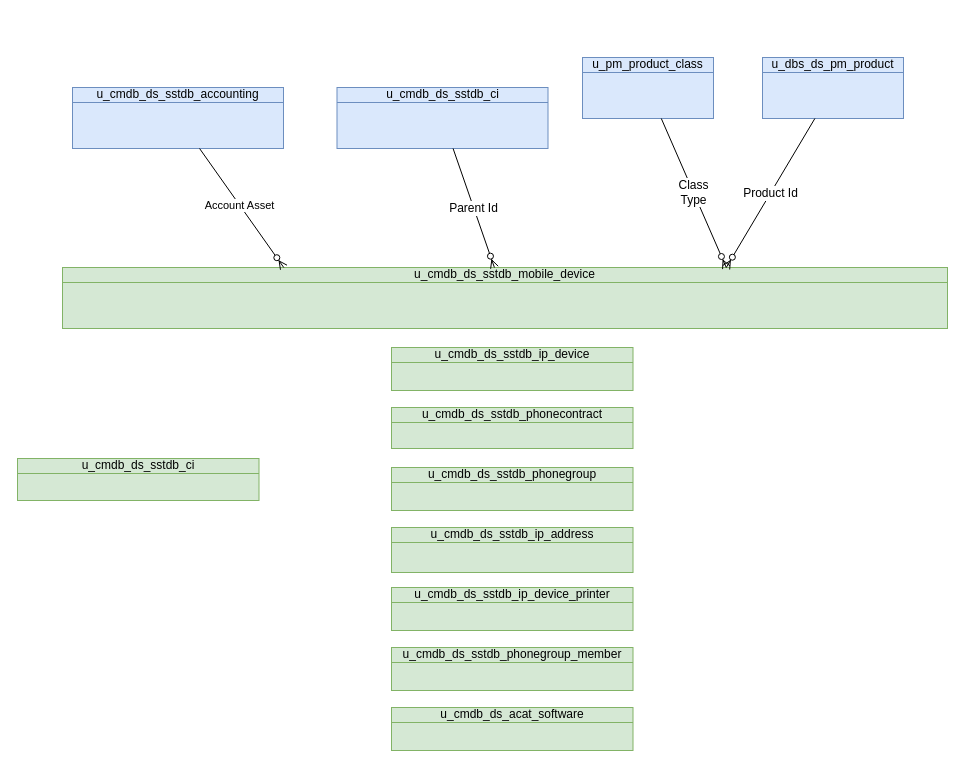
Before: page "MobileDev" (2 of 3) of DBsERD.drawio in algimas/tmp, a draw.io diagram. Source tidied: cells renumbered, new cells numbered last; positions are measured from the earlier drawing's top-left corner, leaving out a move shared by most shapes. Both pictures are drawn from the tidied source at 100%, with x=0, y=0 at pixel (17, 57).
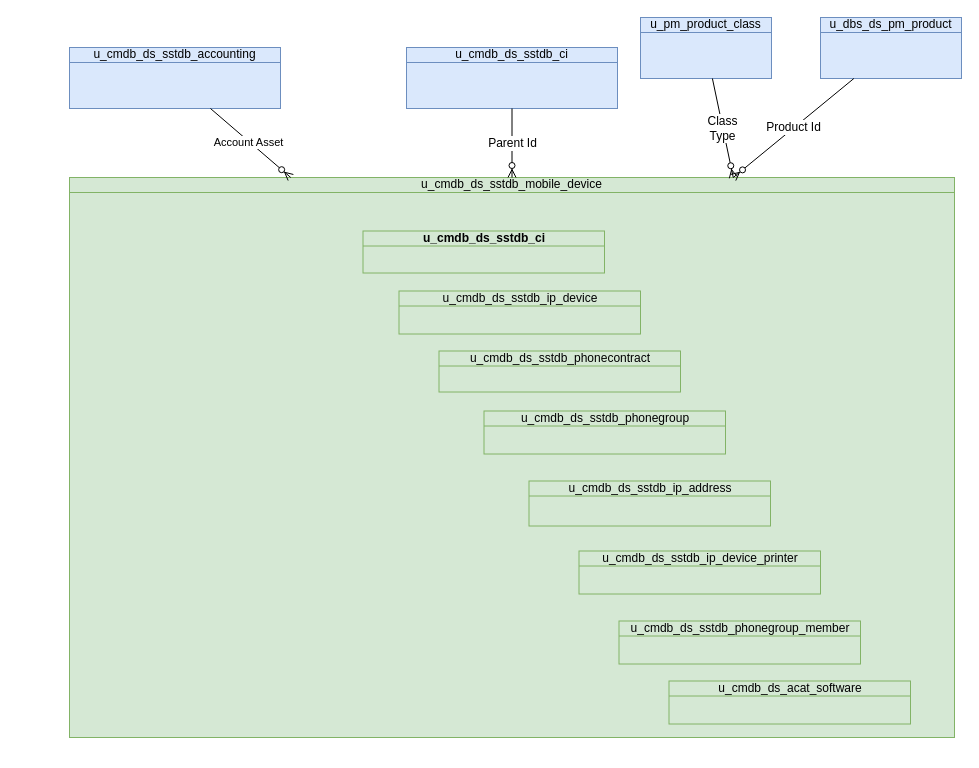
After the change.

The edit, as a diff of the source:
```diff
@@
 <mxGraphModel>
   <root>
     <mxCell id="0" />
     <mxCell id="1" parent="0" />
     <mxCell id="2" value="u_cmdb_ds_sstdb_mobile_device" style="html=1;outlineConnect=0;whiteSpace=wrap;fillColor=#d5e8d4;shape=mxgraph.archimate3.businessObject;overflow=fill;strokeColor=#82b366;" parent="1" vertex="1">
-      <mxGeometry x="45" y="210" width="885" height="61" as="geometry" />
+      <mxGeometry x="52" y="120" width="885" height="560" as="geometry" />
     </mxCell>
     <mxCell id="3" value="u_cmdb_ds_sstdb_accounting" style="html=1;outlineConnect=0;whiteSpace=wrap;fillColor=#dae8fc;shape=mxgraph.archimate3.businessObject;overflow=fill;strokeColor=#6c8ebf;" parent="1" vertex="1">
-      <mxGeometry x="55" y="30" width="211" height="61" as="geometry" />
+      <mxGeometry x="52" y="-10" width="211" height="61" as="geometry" />
     </mxCell>
     <mxCell id="4" style="fontSize=12;html=1;endArrow=ERzeroToMany;endFill=1;rounded=0;entryX=0.25;entryY=0;entryDx=0;entryDy=0;entryPerimeter=0;" parent="1" edge="1" source="3" target="2">
       <mxGeometry relative="1" as="geometry" />
     </mxCell>
     <mxCell id="5" value="Account Asset" style="edgeLabel;html=1;align=center;verticalAlign=middle;" parent="4" vertex="1">
       <mxGeometry x="-0.05" y="-1" relative="1" as="geometry" />
     </mxCell>
     <mxCell id="6" value="u_cmdb_ds_sstdb_ci" style="html=1;outlineConnect=0;whiteSpace=wrap;fillColor=#dae8fc;shape=mxgraph.archimate3.businessObject;overflow=fill;strokeColor=#6c8ebf;" parent="1" vertex="1">
-      <mxGeometry x="319.5" y="30" width="211" height="61" as="geometry" />
+      <mxGeometry x="389" y="-10" width="211" height="61" as="geometry" />
     </mxCell>
     <mxCell id="7" value="Parent Id" style="fontSize=12;html=1;endArrow=ERzeroToMany;endFill=1;rounded=0;" parent="1" edge="1" source="6" target="2">
       <mxGeometry relative="1" as="geometry" />
     </mxCell>
     <mxCell id="8" value="u_pm_product_class" style="html=1;outlineConnect=0;whiteSpace=wrap;fillColor=#dae8fc;shape=mxgraph.archimate3.businessObject;overflow=fill;strokeColor=#6c8ebf;" parent="1" vertex="1">
-      <mxGeometry x="565" width="131" height="61" as="geometry" />
+      <mxGeometry x="623" y="-40" width="131" height="61" as="geometry" />
     </mxCell>
     <mxCell id="9" value="u_dbs_ds_pm_product" style="html=1;outlineConnect=0;whiteSpace=wrap;fillColor=#dae8fc;shape=mxgraph.archimate3.businessObject;overflow=fill;strokeColor=#6c8ebf;" parent="1" vertex="1">
-      <mxGeometry x="745" width="141" height="61" as="geometry" />
+      <mxGeometry x="803" y="-40" width="141" height="61" as="geometry" />
     </mxCell>
     <mxCell id="10" value="Product Id" style="fontSize=12;html=1;endArrow=ERzeroToMany;endFill=1;rounded=0;entryX=0.75;entryY=0;entryDx=0;entryDy=0;entryPerimeter=0;" parent="1" edge="1" source="9" target="2">
       <mxGeometry relative="1" as="geometry" />
     </mxCell>
     <mxCell id="11" value="Class&lt;br&gt;Type" style="fontSize=12;html=1;endArrow=ERzeroToMany;endFill=1;rounded=0;entryX=0.75;entryY=0;entryDx=0;entryDy=0;entryPerimeter=0;" parent="1" edge="1" source="8" target="2">
       <mxGeometry relative="1" as="geometry" />
     </mxCell>
     <mxCell id="12" value="u_cmdb_ds_sstdb_ip_device" style="html=1;whiteSpace=wrap;fillColor=#d5e8d4;shape=mxgraph.archimate3.businessObject;overflow=fill;strokeColor=#82b366;" parent="1" vertex="1">
-      <mxGeometry x="374" y="290" width="241.5" height="43" as="geometry" />
+      <mxGeometry x="381.5" y="233.5" width="241.5" height="43" as="geometry" />
     </mxCell>
     <mxCell id="13" value="u_cmdb_ds_sstdb_phonecontract" style="html=1;whiteSpace=wrap;fillColor=#d5e8d4;shape=mxgraph.archimate3.businessObject;overflow=fill;strokeColor=#82b366;" parent="1" vertex="1">
-      <mxGeometry x="374" y="350" width="241.5" height="41" as="geometry" />
+      <mxGeometry x="421.5" y="293.5" width="241.5" height="41" as="geometry" />
     </mxCell>
     <mxCell id="14" value="u_cmdb_ds_sstdb_phonegroup" style="html=1;whiteSpace=wrap;fillColor=#d5e8d4;shape=mxgraph.archimate3.businessObject;overflow=fill;strokeColor=#82b366;" parent="1" vertex="1">
-      <mxGeometry x="374" y="410" width="241.5" height="43" as="geometry" />
+      <mxGeometry x="466.5" y="353.5" width="241.5" height="43" as="geometry" />
     </mxCell>
     <mxCell id="15" value="u_cmdb_ds_sstdb_ip_address" style="html=1;whiteSpace=wrap;fillColor=#d5e8d4;shape=mxgraph.archimate3.businessObject;overflow=fill;strokeColor=#82b366;" parent="1" vertex="1">
-      <mxGeometry x="374" y="470" width="241.5" height="45" as="geometry" />
+      <mxGeometry x="511.5" y="423.5" width="241.5" height="45" as="geometry" />
     </mxCell>
     <mxCell id="16" value="u_cmdb_ds_sstdb_ip_device_printer" style="html=1;whiteSpace=wrap;fillColor=#d5e8d4;shape=mxgraph.archimate3.businessObject;overflow=fill;strokeColor=#82b366;" parent="1" vertex="1">
-      <mxGeometry x="374" y="530" width="241.5" height="43" as="geometry" />
+      <mxGeometry x="561.5" y="493.5" width="241.5" height="43" as="geometry" />
     </mxCell>
     <mxCell id="17" value="u_cmdb_ds_sstdb_phonegroup_member" style="html=1;whiteSpace=wrap;fillColor=#d5e8d4;shape=mxgraph.archimate3.businessObject;overflow=fill;strokeColor=#82b366;" parent="1" vertex="1">
-      <mxGeometry x="374" y="590" width="241.5" height="43" as="geometry" />
+      <mxGeometry x="601.5" y="563.5" width="241.5" height="43" as="geometry" />
     </mxCell>
     <mxCell id="18" value="u_cmdb_ds_acat_software" style="html=1;whiteSpace=wrap;fillColor=#d5e8d4;shape=mxgraph.archimate3.businessObject;overflow=fill;strokeColor=#82b366;" parent="1" vertex="1">
-      <mxGeometry x="374" y="650" width="241.5" height="43" as="geometry" />
+      <mxGeometry x="651.5" y="623.5" width="241.5" height="43" as="geometry" />
     </mxCell>
-    <mxCell id="19" value="u_cmdb_ds_sstdb_ci" style="html=1;whiteSpace=wrap;fillColor=#d5e8d4;shape=mxgraph.archimate3.businessObject;overflow=fill;strokeColor=#82b366;" parent="1" vertex="1">
-      <mxGeometry y="401" width="241.5" height="42" as="geometry" />
+    <mxCell id="19" value="&lt;b&gt;u_cmdb_ds_sstdb_ci&lt;/b&gt;" style="html=1;whiteSpace=wrap;fillColor=#d5e8d4;shape=mxgraph.archimate3.businessObject;overflow=fill;strokeColor=#82b366;" parent="1" vertex="1">
+      <mxGeometry x="345.5" y="173.5" width="241.5" height="42" as="geometry" />
     </mxCell>
   </root>
 </mxGraphModel>
```
